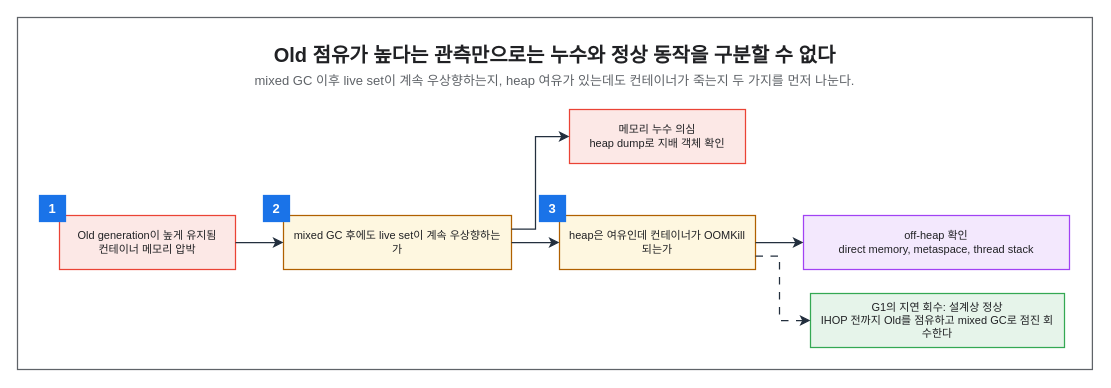
Earlier version of the draw.io diagram assets/img/jvm/jvm-11-capstone-diagnosis.drawio (KKamJi98/kkamji98.github.io). Source tidied: cells renumbered, new cells numbered last; positions are measured from the earlier drawing's top-left corner, leaving out a move shared by most shapes. Both pictures are drawn from the tidied source at 100%, with x=0, y=0 at pixel (17, 17).
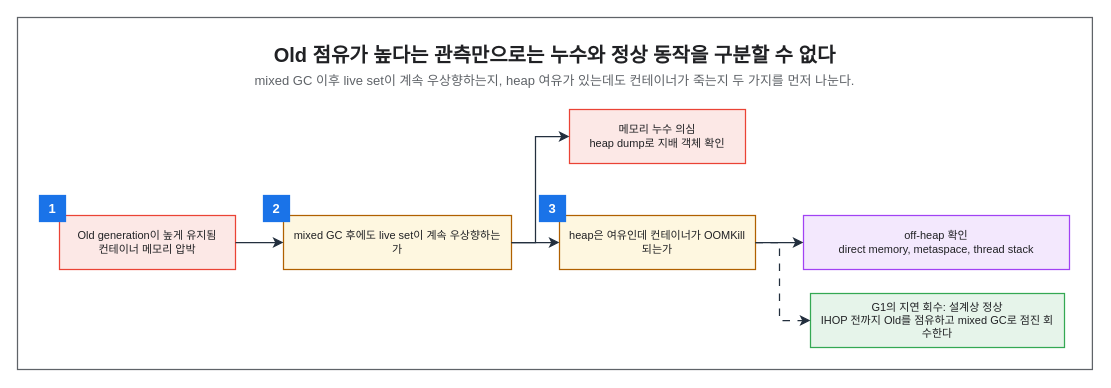
After the change.

Unchanged cells that the change refers to:
```xml
<mxCell id="6" value="mixed GC 후에도 live set이 계속 우상향하는가" style="rounded=0;whiteSpace=wrap;html=0;fillColor=#FEF7E0;strokeColor=#B06000;fontColor=#202124;fontSize=11;fontStyle=0;align=center;verticalAlign=middle;spacingLeft=6;spacingRight=6;strokeWidth=1.25;" parent="1" vertex="1">
  <mxGeometry x="266" y="198" width="228" height="54" as="geometry" />
</mxCell>
<mxCell id="7" value="메모리 누수 의심&#10;heap dump로 지배 객체 확인" style="rounded=0;whiteSpace=wrap;html=0;fillColor=#FCE8E6;strokeColor=#EA4335;fontColor=#202124;fontSize=11;fontStyle=0;align=center;verticalAlign=middle;spacingLeft=6;spacingRight=6;strokeWidth=1.25;" parent="1" vertex="1">
  <mxGeometry x="552" y="92" width="176" height="54" as="geometry" />
</mxCell>
<mxCell id="8" value="heap은 여유인데 컨테이너가 OOMKill되는가" style="rounded=0;whiteSpace=wrap;html=0;fillColor=#FEF7E0;strokeColor=#B06000;fontColor=#202124;fontSize=11;fontStyle=0;align=center;verticalAlign=middle;spacingLeft=6;spacingRight=6;strokeWidth=1.25;" parent="1" vertex="1">
  <mxGeometry x="542" y="198" width="196" height="54" as="geometry" />
</mxCell>
<mxCell id="10" value="G1의 지연 회수: 설계상 정상&#10;IHOP 전까지 Old를 점유하고 mixed GC로 점진 회수한다" style="rounded=0;whiteSpace=wrap;html=0;fillColor=#E6F4EA;strokeColor=#34A853;fontColor=#202124;fontSize=11;fontStyle=0;align=center;verticalAlign=middle;spacingLeft=6;spacingRight=6;strokeWidth=1.25;" parent="1" vertex="1">
  <mxGeometry x="793" y="276" width="254" height="54" as="geometry" />
</mxCell>
```

The edit, as a diff of the source:
```diff
@@
-    <mxCell id="15" style="edgeStyle=orthogonalEdgeStyle;rounded=0;html=0;strokeColor=#232F3E;strokeWidth=1.25;endArrow=classic;endFill=1;endSize=7;fontSize=11;fontColor=#202124;labelBackgroundColor=none;jettySize=14;exitX=1;exitY=0.25;entryX=0;entryY=0.5;exitDx=0;exitDy=0;entryDx=0;entryDy=0;" parent="1" edge="1" source="6" target="7">
+    <mxCell id="15" style="edgeStyle=orthogonalEdgeStyle;rounded=0;html=0;strokeColor=#232F3E;strokeWidth=1.25;endArrow=classic;endFill=1;endSize=7;fontSize=11;fontColor=#202124;labelBackgroundColor=none;jettySize=14;exitX=1;exitY=0.5;entryX=0;entryY=0.5;exitDx=0;exitDy=0;entryDx=0;entryDy=0;" parent="1" edge="1" source="6" target="7">
       <mxGeometry relative="1" as="geometry">
         <Array as="points">
-          <mxPoint x="518" y="211.5" />
+          <mxPoint x="518" y="225" />
           <mxPoint x="518" y="119" />
         </Array>
       </mxGeometry>
     </mxCell>
@@
-    <mxCell id="18" style="edgeStyle=orthogonalEdgeStyle;rounded=0;html=0;strokeColor=#232F3E;strokeWidth=1.25;endArrow=classic;endFill=1;endSize=7;fontSize=11;fontColor=#202124;labelBackgroundColor=none;jettySize=14;dashed=1;dashPattern=6 6;exitX=1;exitY=0.75;entryX=0;entryY=0.5;exitDx=0;exitDy=0;entryDx=0;entryDy=0;" parent="1" edge="1" source="8" target="10">
+    <mxCell id="18" style="edgeStyle=orthogonalEdgeStyle;rounded=0;html=0;strokeColor=#232F3E;strokeWidth=1.25;endArrow=classic;endFill=1;endSize=7;fontSize=11;fontColor=#202124;labelBackgroundColor=none;jettySize=14;dashed=1;dashPattern=6 6;exitX=1;exitY=0.5;entryX=0;entryY=0.5;exitDx=0;exitDy=0;entryDx=0;entryDy=0;" parent="1" edge="1" source="8" target="10">
       <mxGeometry relative="1" as="geometry">
         <Array as="points">
-          <mxPoint x="762" y="238.5" />
+          <mxPoint x="762" y="225" />
           <mxPoint x="762" y="303" />
         </Array>
       </mxGeometry>
     </mxCell>
```
